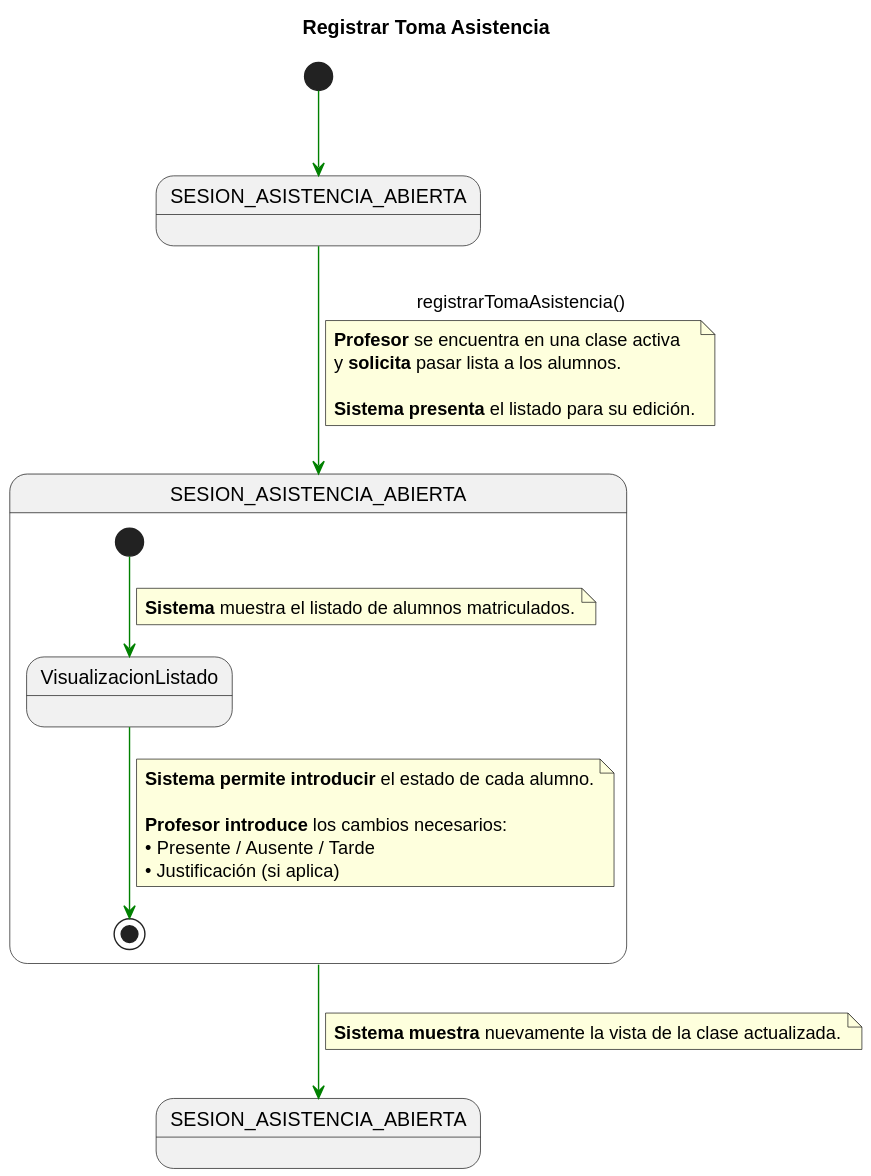
Above: documents/requisitado/02-detalle/Profesor/registrarTomaAsistencia.svg in jerdier/25-26-idsw2-sdVC (PlantUML), before the change.
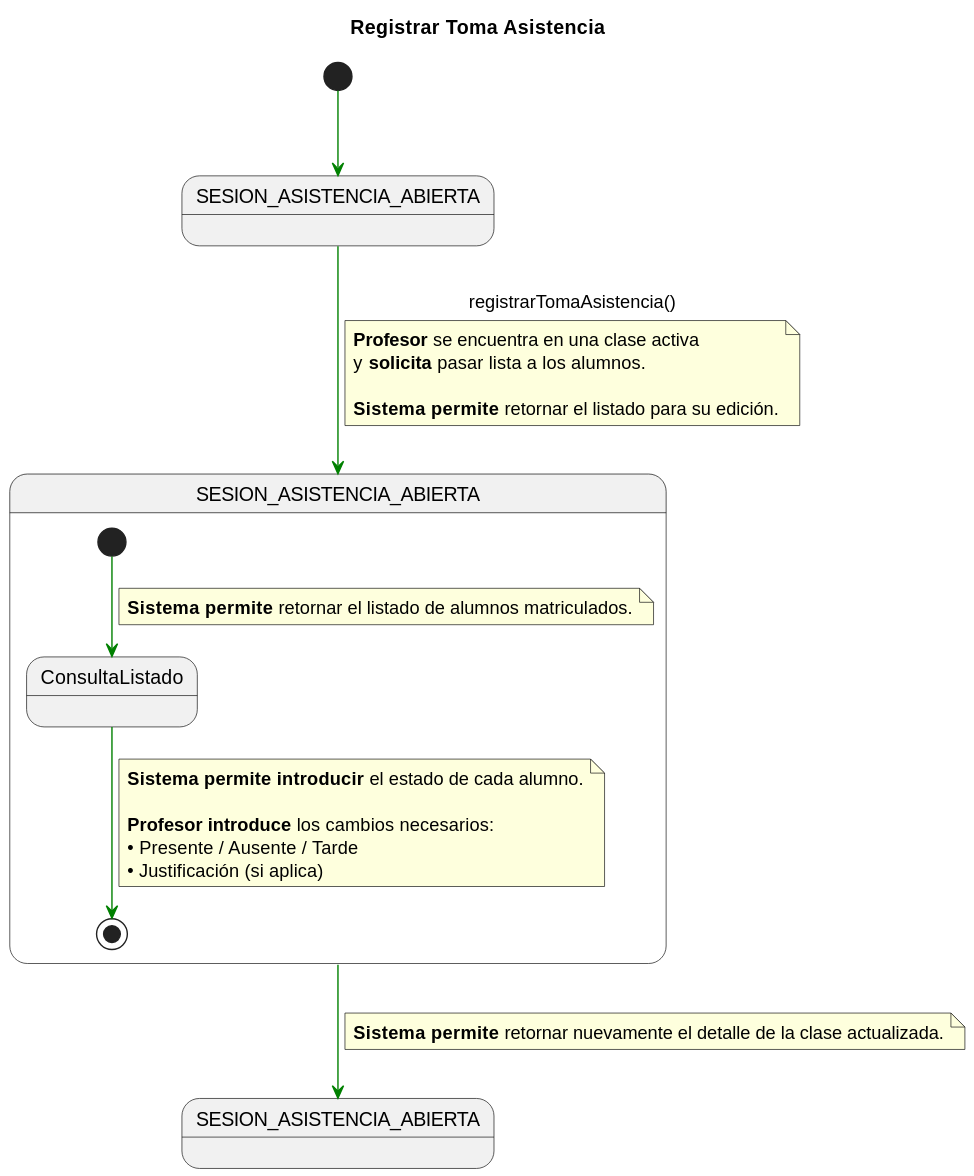
After the commit.

The edit, as a diff of the source:
```diff
@@ -13,19 +13,19 @@
 <b>Profesor</b> se encuentra en una clase activa
 y <b>solicita</b> pasar lista a los alumnos.
 
-<b>Sistema presenta</b> el listado para su edición.
+<b>Sistema permite</b> retornar el listado para su edición.
 end note
 
 state PROCESO_TOMA_COMP {
 
-    state VisualizacionListado
+    state ConsultaListado
 
-    [*] -[#green]-> VisualizacionListado
+    [*] -[#green]-> ConsultaListado
     note on link
-    <b>Sistema</b> muestra el listado de alumnos matriculados.
+    <b>Sistema permite</b> retornar el listado de alumnos matriculados.
     end note
 
-    VisualizacionListado -[#green]-> [*]
+    ConsultaListado -[#green]-> [*]
     note on link
     <b>Sistema permite introducir</b> el estado de cada alumno.
 
@@ -37,6 +37,6 @@
 
 PROCESO_TOMA_COMP -[#green]-> SESION_ACTUAL_FINAL
 note on link
-<b>Sistema muestra</b> nuevamente la vista de la clase actualizada.
+<b>Sistema permite</b> retornar nuevamente el detalle de la clase actualizada.
 end note
 @enduml
```
